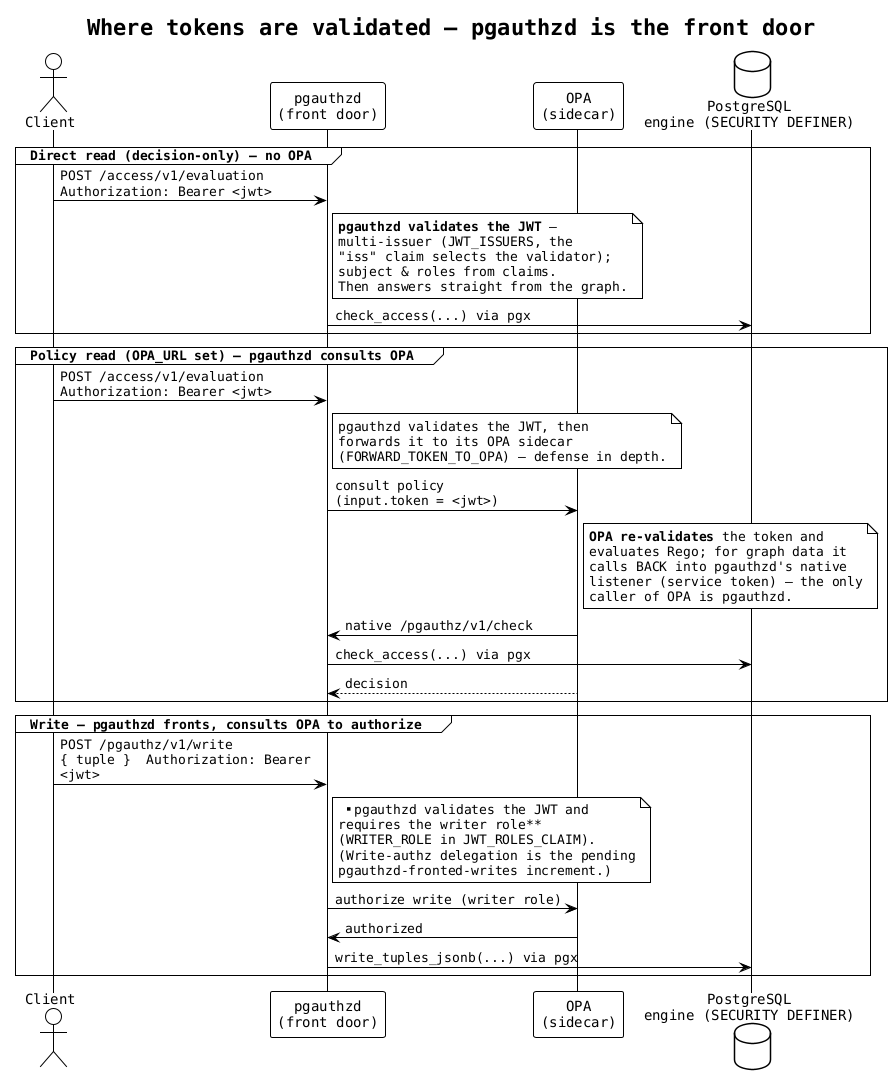
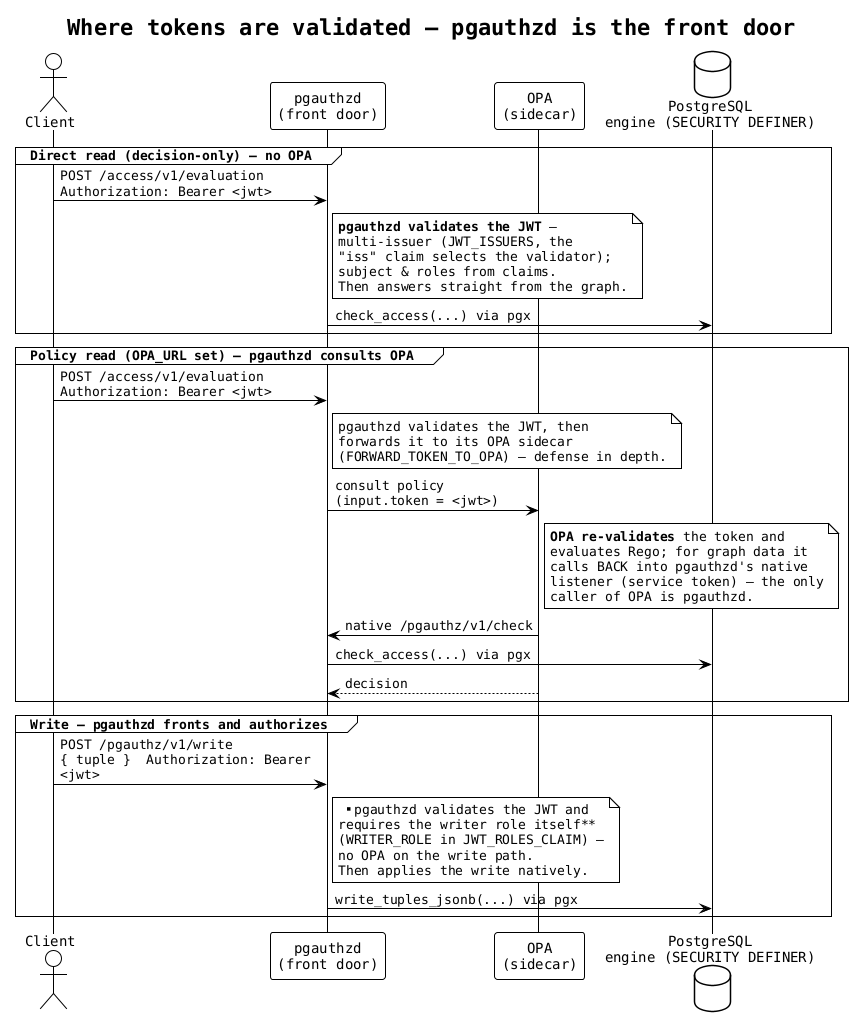
@startuml architecture-token-flow

!theme plain
skinparam backgroundColor white
skinparam defaultFontName monospaced
skinparam sequenceMessageAlign left
skinparam maxMessageSize 260

title Where tokens are validated — pgauthzd is the front door

actor "Client" as app
participant "pgauthzd\n(front door)" as pgd
participant "OPA\n(sidecar)" as opa
database "PostgreSQL\nengine (SECURITY DEFINER)" as pg

group Direct read (decision-only) — no OPA
  app -> pgd : POST /access/v1/evaluation\nAuthorization: Bearer <jwt>
  note right of pgd
    **pgauthzd validates the JWT** —
    multi-issuer (JWT_ISSUERS, the
    "iss" claim selects the validator);
    subject & roles from claims.
    Then answers straight from the graph.
  end note
  pgd -> pg : check_access(...) via pgx
end

group Policy read (OPA_URL set) — pgauthzd consults OPA
  app -> pgd : POST /access/v1/evaluation\nAuthorization: Bearer <jwt>
  note right of pgd
    pgauthzd validates the JWT, then
    forwards it to its OPA sidecar
    (FORWARD_TOKEN_TO_OPA) — defense in depth.
  end note
  pgd -> opa : consult policy\n(input.token = <jwt>)
  note right of opa
    **OPA re-validates** the token and
    evaluates Rego; for graph data it
    calls BACK into pgauthzd's native
    listener (service token) — the only
    caller of OPA is pgauthzd.
  end note
  opa -> pgd : native /pgauthz/v1/check
  pgd -> pg : check_access(...) via pgx
  opa --> pgd : decision
end

- group Write — pgauthzd fronts, consults OPA to authorize
+ group Write — pgauthzd fronts and authorizes
  app -> pgd : POST /pgauthz/v1/write\n{ tuple }  Authorization: Bearer <jwt>
  note right of pgd
    **pgauthzd validates the JWT and
-     requires the writer role**
-     (WRITER_ROLE in JWT_ROLES_CLAIM).
-     (Write-authz delegation is the pending
-     pgauthzd-fronted-writes increment.)
+     requires the writer role itself**
+     (WRITER_ROLE in JWT_ROLES_CLAIM) —
+     no OPA on the write path.
+     Then applies the write natively.
  end note
-   pgd -> opa : authorize write (writer role)
-   opa -> pgd : authorized
  pgd -> pg : write_tuples_jsonb(...) via pgx
end

@enduml
